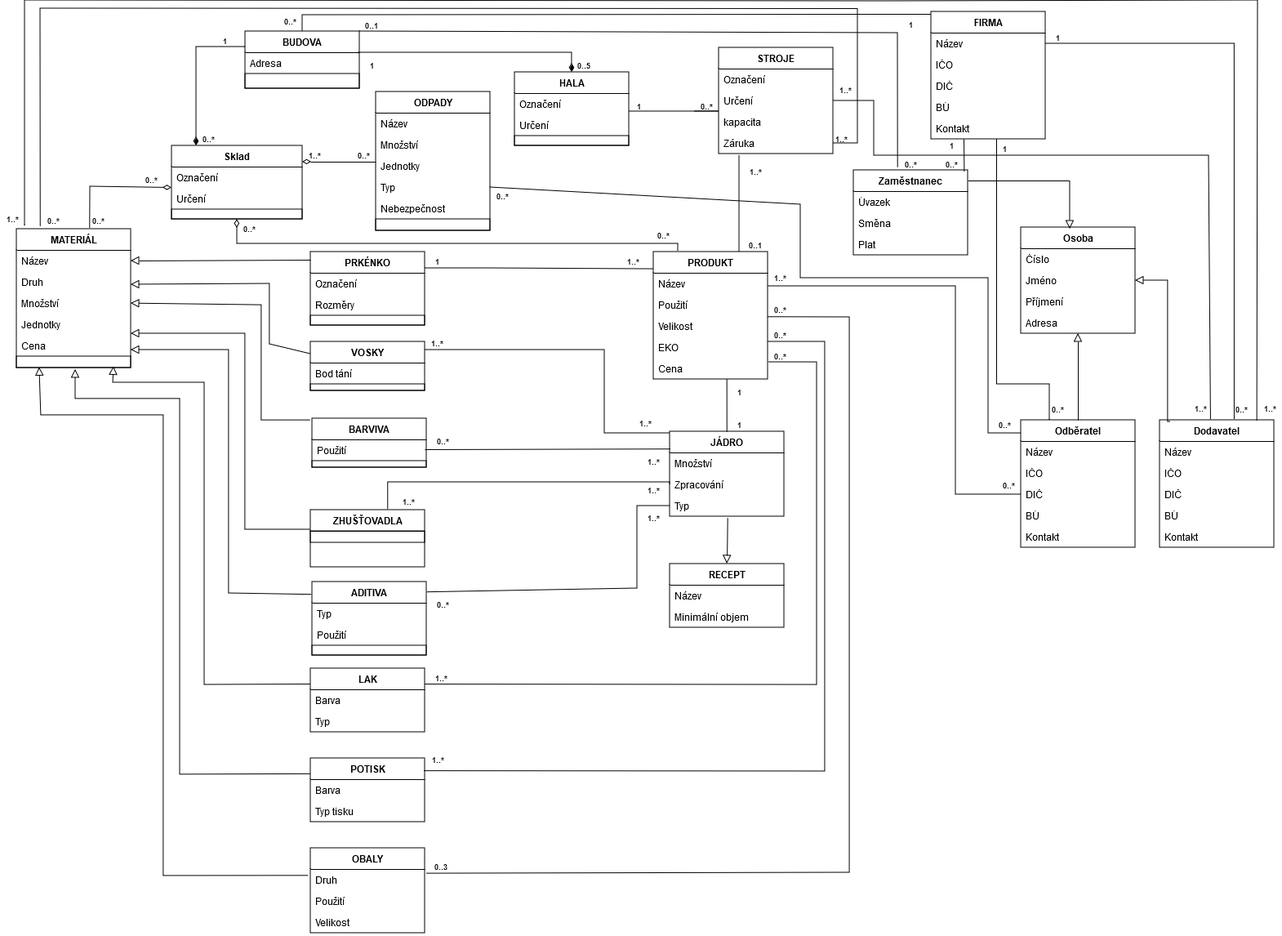
Before: SW_ING/Kosmeticka_tuzka.drawio.png, a diagram exported from draw.io (KarelMasa/pg). Source tidied: cells renumbered, new cells last; positions are measured from the earlier drawing's top-left corner, leaving out a move shared by most shapes.
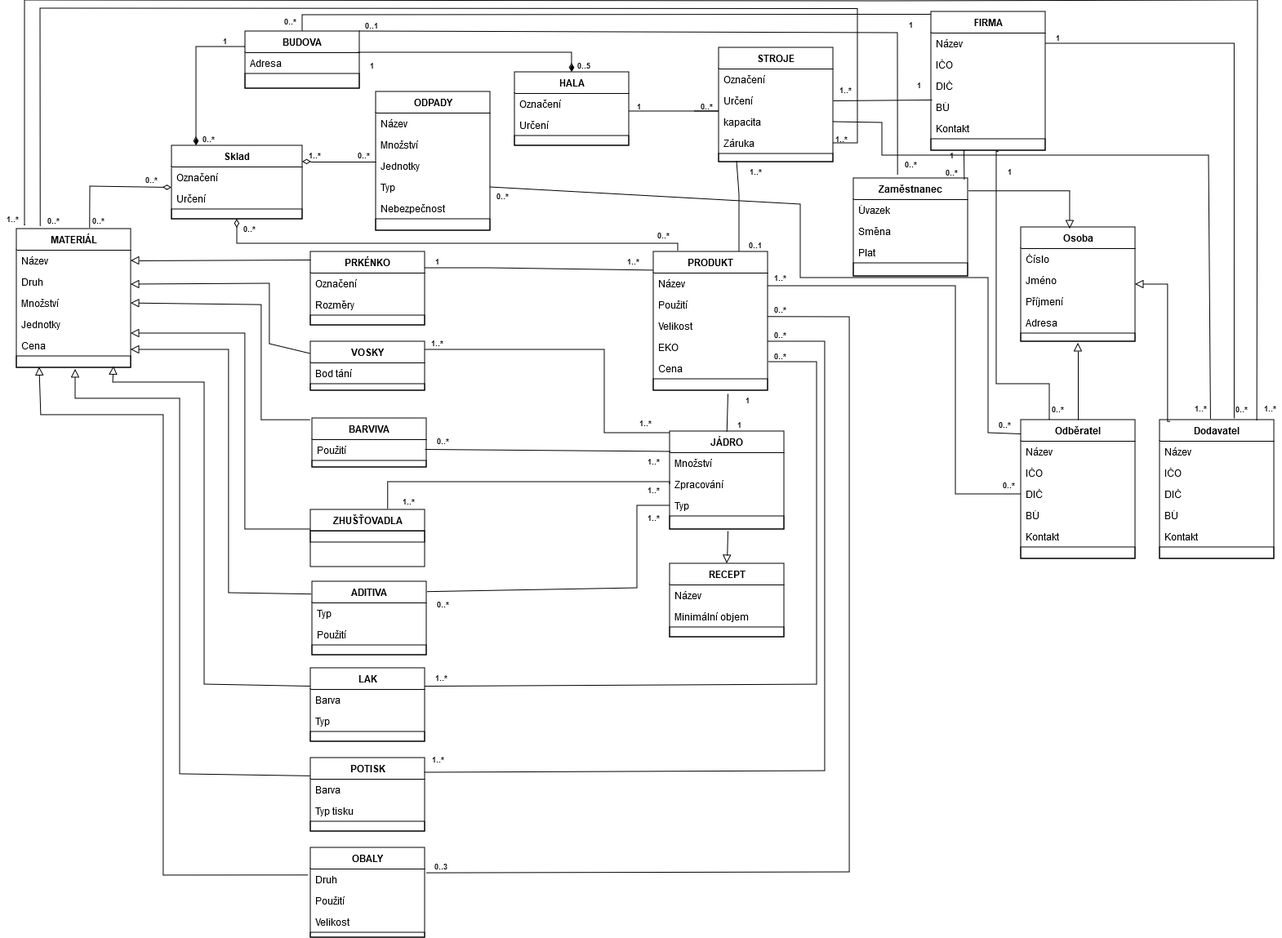
The same file after the commit.

What changed in the source:
```diff
@@ -29,3 +29,3 @@
     <mxCell id="10" value="&lt;b&gt;PRODUKT&lt;/b&gt;" style="swimlane;fontStyle=0;horizontal=1;startSize=26;fillColor=none;whiteSpace=wrap;html=1;" parent="1" vertex="1">
-      <mxGeometry x="800" y="308" width="140" height="156" as="geometry" />
+      <mxGeometry x="800" y="308" width="140" height="170" as="geometry" />
     </mxCell>
@@ -46,4 +46,7 @@
     </mxCell>
+    <mxCell id="190" style="text;strokeColor=default;fillColor=none;align=left;verticalAlign=top;spacingLeft=4;spacingRight=4;overflow=hidden;points=[[0,0.5],[1,0.5]];portConstraint=eastwest;whiteSpace=wrap;html=1;" parent="10" vertex="1">
+      <mxGeometry y="156" width="140" height="14" as="geometry" />
+    </mxCell>
     <mxCell id="16" value="&lt;b&gt;POTISK&lt;/b&gt;" style="swimlane;fontStyle=0;horizontal=1;startSize=26;fillColor=none;whiteSpace=wrap;html=1;" parent="1" vertex="1">
-      <mxGeometry x="380" y="928" width="140" height="78" as="geometry" />
+      <mxGeometry x="380" y="928" width="140" height="90" as="geometry" />
     </mxCell>
@@ -55,2 +58,5 @@
     </mxCell>
+    <mxCell id="191" style="text;strokeColor=default;fillColor=none;align=left;verticalAlign=top;spacingLeft=4;spacingRight=4;overflow=hidden;whiteSpace=wrap;html=1;" parent="16" vertex="1">
+      <mxGeometry y="78" width="140" height="12" as="geometry" />
+    </mxCell>
     <mxCell id="19" value="&lt;b&gt;BUDOVA&lt;/b&gt;" style="swimlane;fontStyle=0;horizontal=1;startSize=26;fillColor=none;whiteSpace=wrap;html=1;" parent="1" vertex="1">
@@ -65,3 +71,3 @@
     <mxCell id="22" value="&lt;b&gt;STROJE&lt;/b&gt;" style="swimlane;fontStyle=0;horizontal=1;startSize=26;fillColor=none;whiteSpace=wrap;html=1;" parent="1" vertex="1">
-      <mxGeometry x="880" y="58" width="140" height="130" as="geometry" />
+      <mxGeometry x="880" y="58" width="140" height="140" as="geometry" />
     </mxCell>
@@ -79,2 +85,5 @@
     </mxCell>
+    <mxCell id="192" style="text;strokeColor=default;fillColor=none;align=left;verticalAlign=top;spacingLeft=4;spacingRight=4;overflow=hidden;points=[[0,0.5],[1,0.5]];portConstraint=eastwest;whiteSpace=wrap;html=1;" parent="22" vertex="1">
+      <mxGeometry y="130" width="140" height="10" as="geometry" />
+    </mxCell>
     <mxCell id="27" value="&lt;b&gt;MATERIÁL&lt;/b&gt;" style="swimlane;fontStyle=0;horizontal=1;startSize=26;fillColor=none;whiteSpace=wrap;html=1;" parent="1" vertex="1">
@@ -101,3 +110,3 @@
     <mxCell id="34" value="&lt;b&gt;JÁDRO&lt;/b&gt;" style="swimlane;fontStyle=0;horizontal=1;startSize=26;fillColor=none;whiteSpace=wrap;html=1;" parent="1" vertex="1">
-      <mxGeometry x="820" y="528" width="140" height="104" as="geometry" />
+      <mxGeometry x="820" y="528" width="140" height="120" as="geometry" />
     </mxCell>
@@ -112,4 +121,7 @@
     </mxCell>
+    <mxCell id="193" style="text;strokeColor=default;fillColor=none;align=left;verticalAlign=top;spacingLeft=4;spacingRight=4;overflow=hidden;whiteSpace=wrap;html=1;" parent="34" vertex="1">
+      <mxGeometry y="104" width="140" height="16" as="geometry" />
+    </mxCell>
     <mxCell id="38" value="&lt;b&gt;LAK&lt;/b&gt;" style="swimlane;fontStyle=0;horizontal=1;startSize=26;fillColor=none;whiteSpace=wrap;html=1;" parent="1" vertex="1">
-      <mxGeometry x="380" y="818" width="140" height="78" as="geometry" />
+      <mxGeometry x="380" y="818" width="140" height="90" as="geometry" />
     </mxCell>
@@ -121,2 +133,5 @@
     </mxCell>
+    <mxCell id="194" style="text;strokeColor=default;fillColor=none;align=left;verticalAlign=top;spacingLeft=4;spacingRight=4;overflow=hidden;whiteSpace=wrap;html=1;" parent="38" vertex="1">
+      <mxGeometry y="78" width="140" height="12" as="geometry" />
+    </mxCell>
     <mxCell id="41" value="&lt;b&gt;VOSKY&lt;/b&gt;" style="swimlane;fontStyle=0;horizontal=1;startSize=26;fillColor=none;whiteSpace=wrap;html=1;" parent="1" vertex="1">
@@ -173,3 +188,3 @@
     <mxCell id="58" value="&lt;div&gt;&lt;b&gt;OBALY&lt;/b&gt;&lt;/div&gt;" style="swimlane;fontStyle=0;horizontal=1;startSize=26;fillColor=none;whiteSpace=wrap;html=1;" parent="1" vertex="1">
-      <mxGeometry x="380" y="1038" width="140" height="104" as="geometry" />
+      <mxGeometry x="380" y="1038" width="140" height="110" as="geometry" />
     </mxCell>
@@ -184,2 +199,5 @@
     </mxCell>
+    <mxCell id="195" style="text;strokeColor=default;fillColor=none;align=left;verticalAlign=top;spacingLeft=4;spacingRight=4;overflow=hidden;whiteSpace=wrap;html=1;" parent="58" vertex="1">
+      <mxGeometry y="104" width="140" height="6" as="geometry" />
+    </mxCell>
     <mxCell id="62" value="&lt;b&gt;ODPADY&lt;/b&gt;" style="swimlane;fontStyle=0;horizontal=1;startSize=26;fillColor=none;whiteSpace=wrap;html=1;" parent="1" vertex="1">
@@ -231,6 +249,4 @@
     </mxCell>
-    <mxCell id="72" style="endArrow=none;startArrow=none;endFill=0;startFill=0;html=1;verticalAlign=bottom;labelBackgroundColor=none;strokeWidth=1;startSize=8;endSize=8;rounded=0;exitX=0.498;exitY=0;exitDx=0;exitDy=0;exitPerimeter=0;" parent="1" edge="1" source="34">
-      <mxGeometry relative="1" as="geometry">
-        <mxPoint x="889.7" y="464" as="targetPoint" />
-      </mxGeometry>
+    <mxCell id="72" style="endArrow=none;startArrow=none;endFill=0;startFill=0;html=1;verticalAlign=bottom;labelBackgroundColor=none;strokeWidth=1;startSize=8;endSize=8;rounded=0;exitX=0.498;exitY=0;exitDx=0;exitDy=0;exitPerimeter=0;entryX=0.65;entryY=1.286;entryDx=0;entryDy=0;entryPerimeter=0;" parent="1" edge="1" source="34" target="190">
+      <mxGeometry relative="1" as="geometry" />
     </mxCell>
@@ -406,5 +422,4 @@
     </mxCell>
-    <mxCell id="106" style="endArrow=none;startArrow=none;endFill=0;startFill=0;html=1;verticalAlign=bottom;labelBackgroundColor=none;strokeWidth=1;startSize=8;endSize=8;rounded=0;entryX=0.75;entryY=0;entryDx=0;entryDy=0;" parent="1" edge="1" target="10">
+    <mxCell id="106" style="endArrow=none;startArrow=none;endFill=0;startFill=0;html=1;verticalAlign=bottom;labelBackgroundColor=none;strokeWidth=1;startSize=8;endSize=8;rounded=0;entryX=0.75;entryY=0;entryDx=0;entryDy=0;exitX=0.157;exitY=0.9;exitDx=0;exitDy=0;exitPerimeter=0;" parent="1" edge="1" source="192" target="10">
       <mxGeometry relative="1" as="geometry">
-        <mxPoint x="905" y="190" as="sourcePoint" />
         <Array as="points">
@@ -432,4 +447,6 @@
     </mxCell>
-    <mxCell id="113" style="endArrow=none;startArrow=block;endFill=0;startFill=0;html=1;verticalAlign=bottom;labelBackgroundColor=none;strokeWidth=1;startSize=8;endSize=8;rounded=0;entryX=0.505;entryY=1.077;entryDx=0;entryDy=0;entryPerimeter=0;exitX=0.5;exitY=0;exitDx=0;exitDy=0;" parent="1" edge="1" source="181" target="37">
-      <mxGeometry relative="1" as="geometry" />
+    <mxCell id="113" style="endArrow=none;startArrow=block;endFill=0;startFill=0;html=1;verticalAlign=bottom;labelBackgroundColor=none;strokeWidth=1;startSize=8;endSize=8;rounded=0;exitX=0.5;exitY=0;exitDx=0;exitDy=0;" parent="1" edge="1" source="181">
+      <mxGeometry relative="1" as="geometry">
+        <mxPoint x="891" y="650" as="targetPoint" />
+      </mxGeometry>
     </mxCell>
@@ -463,3 +480,3 @@
     <mxCell id="120" value="1" style="text;html=1;align=center;verticalAlign=bottom;whiteSpace=wrap;rounded=0;fontSize=9;fontStyle=1;" parent="1" vertex="1">
-      <mxGeometry x="890" y="468" width="30" height="20" as="geometry" />
+      <mxGeometry x="900" y="478" width="30" height="20" as="geometry" />
     </mxCell>
@@ -495,3 +512,3 @@
     <mxCell id="125" value="&lt;b&gt;FIRMA&lt;/b&gt;" style="swimlane;fontStyle=0;horizontal=1;startSize=26;fillColor=none;whiteSpace=wrap;html=1;" parent="1" vertex="1">
-      <mxGeometry x="1140" y="14" width="140" height="156" as="geometry" />
+      <mxGeometry x="1140" y="14" width="140" height="170" as="geometry" />
     </mxCell>
@@ -512,2 +529,5 @@
     </mxCell>
+    <mxCell id="196" style="text;strokeColor=default;fillColor=none;align=left;verticalAlign=top;spacingLeft=4;spacingRight=4;overflow=hidden;points=[[0,0.5],[1,0.5]];portConstraint=eastwest;whiteSpace=wrap;html=1;" parent="125" vertex="1">
+      <mxGeometry y="156" width="140" height="14" as="geometry" />
+    </mxCell>
     <mxCell id="131" style="endArrow=none;startArrow=none;endFill=0;startFill=0;html=1;verticalAlign=bottom;labelBackgroundColor=none;strokeWidth=1;startSize=8;endSize=8;rounded=0;entryX=0.5;entryY=0;entryDx=0;entryDy=0;" parent="1" edge="1" target="19">
@@ -528,3 +548,3 @@
     <mxCell id="134" value="&lt;b&gt;Osoba&lt;/b&gt;" style="swimlane;fontStyle=0;horizontal=1;startSize=26;fillColor=none;whiteSpace=wrap;html=1;" parent="1" vertex="1">
-      <mxGeometry x="1250" y="278" width="140" height="130" as="geometry" />
+      <mxGeometry x="1250" y="278" width="140" height="140" as="geometry" />
     </mxCell>
@@ -542,4 +562,7 @@
     </mxCell>
+    <mxCell id="197" style="text;strokeColor=default;fillColor=none;align=left;verticalAlign=top;spacingLeft=4;spacingRight=4;overflow=hidden;whiteSpace=wrap;html=1;" parent="134" vertex="1">
+      <mxGeometry y="130" width="140" height="10" as="geometry" />
+    </mxCell>
     <mxCell id="139" value="&lt;b&gt;Zaměstnanec&lt;/b&gt;" style="swimlane;fontStyle=0;horizontal=1;startSize=26;fillColor=none;whiteSpace=wrap;html=1;" parent="1" vertex="1">
-      <mxGeometry x="1045" y="208" width="140" height="104" as="geometry" />
+      <mxGeometry x="1045" y="218" width="140" height="120" as="geometry" />
     </mxCell>
@@ -554,9 +577,7 @@
     </mxCell>
-    <mxCell id="143" style="endArrow=none;html=1;rounded=0;align=center;verticalAlign=bottom;endFill=0;labelBackgroundColor=none;endSize=8;exitX=0.273;exitY=0.995;exitDx=0;exitDy=0;exitPerimeter=0;entryX=0.967;entryY=0.011;entryDx=0;entryDy=0;entryPerimeter=0;" parent="139" edge="1" target="139">
-      <mxGeometry relative="1" as="geometry">
-        <mxPoint x="135" y="-38" as="sourcePoint" />
-      </mxGeometry>
-    </mxCell>
+    <mxCell id="198" style="text;strokeColor=default;fillColor=none;align=left;verticalAlign=top;spacingLeft=4;spacingRight=4;overflow=hidden;whiteSpace=wrap;html=1;" parent="139" vertex="1">
+      <mxGeometry y="104" width="140" height="16" as="geometry" />
+    </mxCell>
     <mxCell id="144" value="&lt;b&gt;Odběratel&lt;/b&gt;" style="swimlane;fontStyle=0;horizontal=1;startSize=26;fillColor=none;whiteSpace=wrap;html=1;" parent="1" vertex="1">
-      <mxGeometry x="1250" y="514" width="140" height="156" as="geometry" />
+      <mxGeometry x="1250" y="514" width="140" height="170" as="geometry" />
     </mxCell>
@@ -577,4 +598,7 @@
     </mxCell>
+    <mxCell id="199" style="text;strokeColor=default;fillColor=none;align=left;verticalAlign=top;spacingLeft=4;spacingRight=4;overflow=hidden;whiteSpace=wrap;html=1;" parent="144" vertex="1">
+      <mxGeometry y="156" width="140" height="14" as="geometry" />
+    </mxCell>
     <mxCell id="150" value="&lt;b&gt;Dodavatel&lt;/b&gt;" style="swimlane;fontStyle=0;horizontal=1;startSize=26;fillColor=none;whiteSpace=wrap;html=1;" parent="1" vertex="1">
-      <mxGeometry x="1420" y="514" width="140" height="156" as="geometry" />
+      <mxGeometry x="1420" y="514" width="140" height="170" as="geometry" />
     </mxCell>
@@ -595,4 +619,9 @@
     </mxCell>
+    <mxCell id="200" style="text;strokeColor=default;fillColor=none;align=left;verticalAlign=top;spacingLeft=4;spacingRight=4;overflow=hidden;whiteSpace=wrap;html=1;" parent="150" vertex="1">
+      <mxGeometry y="156" width="140" height="14" as="geometry" />
+    </mxCell>
-    <mxCell id="156" style="endArrow=none;startArrow=block;endFill=0;startFill=0;html=1;verticalAlign=bottom;labelBackgroundColor=none;strokeWidth=1;startSize=8;endSize=8;rounded=0;entryX=0.5;entryY=0;entryDx=0;entryDy=0;" parent="1" edge="1" source="138" target="144">
-      <mxGeometry relative="1" as="geometry" />
+    <mxCell id="156" style="endArrow=none;startArrow=block;endFill=0;startFill=0;html=1;verticalAlign=bottom;labelBackgroundColor=none;strokeWidth=1;startSize=8;endSize=8;rounded=0;entryX=0.5;entryY=0;entryDx=0;entryDy=0;" parent="1" edge="1" target="144">
+      <mxGeometry relative="1" as="geometry">
+        <mxPoint x="1320" y="420" as="sourcePoint" />
+      </mxGeometry>
     </mxCell>
@@ -657,7 +686,7 @@
     </mxCell>
-    <mxCell id="169" style="endArrow=none;startArrow=none;endFill=0;startFill=0;endSize=8;html=1;verticalAlign=bottom;labelBackgroundColor=none;strokeWidth=1;rounded=0;exitX=1;exitY=0.5;exitDx=0;exitDy=0;entryX=0.446;entryY=-0.004;entryDx=0;entryDy=0;entryPerimeter=0;" parent="1" edge="1" source="24" target="150">
+    <mxCell id="169" style="endArrow=none;startArrow=none;endFill=0;startFill=0;endSize=8;html=1;verticalAlign=bottom;labelBackgroundColor=none;strokeWidth=1;rounded=0;exitX=1;exitY=0.5;exitDx=0;exitDy=0;entryX=0.446;entryY=-0.004;entryDx=0;entryDy=0;entryPerimeter=0;" parent="1" edge="1" source="25" target="150">
       <mxGeometry relative="1" as="geometry">
         <Array as="points">
-          <mxPoint x="1070" y="123" />
-          <mxPoint x="1070" y="190" />
+          <mxPoint x="1080" y="150" />
+          <mxPoint x="1080" y="190" />
           <mxPoint x="1480" y="190" />
@@ -685,7 +714,4 @@
     <mxCell id="173" value="0..*" style="text;html=1;align=center;verticalAlign=bottom;whiteSpace=wrap;rounded=0;fontSize=9;fontStyle=1;spacing=1;" parent="1" vertex="1">
-      <mxGeometry x="1150" y="188" width="30" height="20" as="geometry" />
+      <mxGeometry x="1150" y="198" width="30" height="20" as="geometry" />
     </mxCell>
-    <mxCell id="174" value="1" style="text;html=1;align=center;verticalAlign=bottom;whiteSpace=wrap;rounded=0;fontSize=9;fontStyle=1;" parent="1" vertex="1">
-      <mxGeometry x="1150" y="166" width="30" height="20" as="geometry" />
-    </mxCell>
     <mxCell id="175" style="endArrow=none;startArrow=none;endFill=0;startFill=0;endSize=8;html=1;verticalAlign=bottom;labelBackgroundColor=none;strokeWidth=1;rounded=0;exitX=0.653;exitY=-0.009;exitDx=0;exitDy=0;edgeStyle=orthogonalEdgeStyle;entryX=1;entryY=0.5;entryDx=0;entryDy=0;exitPerimeter=0;" parent="1" edge="1" source="150" target="126">
@@ -693,5 +719,4 @@
     </mxCell>
-    <mxCell id="176" style="endArrow=none;startArrow=none;endFill=0;startFill=0;endSize=8;html=1;verticalAlign=bottom;labelBackgroundColor=none;strokeWidth=1;rounded=0;edgeStyle=orthogonalEdgeStyle;entryX=1;entryY=0.5;entryDx=0;entryDy=0;exitX=0.25;exitY=0;exitDx=0;exitDy=0;" parent="1" edge="1" source="144">
+    <mxCell id="176" style="endArrow=none;startArrow=none;endFill=0;startFill=0;endSize=8;html=1;verticalAlign=bottom;labelBackgroundColor=none;strokeWidth=1;rounded=0;edgeStyle=orthogonalEdgeStyle;entryX=0.593;entryY=1.143;entryDx=0;entryDy=0;exitX=0.25;exitY=0;exitDx=0;exitDy=0;entryPerimeter=0;" parent="1" edge="1" source="144" target="196">
       <mxGeometry relative="1" as="geometry">
-        <mxPoint x="1220.5" y="170" as="targetPoint" />
         <Array as="points">
@@ -699,2 +724,3 @@
           <mxPoint x="1220" y="470" />
+          <mxPoint x="1220" y="185" />
         </Array>
@@ -703,3 +729,3 @@
     <mxCell id="177" value="1" style="text;html=1;align=center;verticalAlign=bottom;whiteSpace=wrap;rounded=0;fontSize=9;fontStyle=1;" parent="1" vertex="1">
-      <mxGeometry x="1215" y="170" width="30" height="20" as="geometry" />
+      <mxGeometry x="1221" y="198" width="30" height="20" as="geometry" />
     </mxCell>
@@ -715,3 +741,3 @@
     <mxCell id="181" value="&lt;b&gt;RECEPT&lt;/b&gt;" style="swimlane;fontStyle=0;horizontal=1;startSize=26;fillColor=none;whiteSpace=wrap;html=1;" parent="1" vertex="1">
-      <mxGeometry x="820" y="690" width="140" height="78" as="geometry" />
+      <mxGeometry x="820" y="690" width="140" height="90" as="geometry" />
     </mxCell>
@@ -723,2 +749,5 @@
     </mxCell>
+    <mxCell id="201" style="text;strokeColor=default;fillColor=none;align=left;verticalAlign=top;spacingLeft=4;spacingRight=4;overflow=hidden;whiteSpace=wrap;html=1;" parent="181" vertex="1">
+      <mxGeometry y="78" width="140" height="12" as="geometry" />
+    </mxCell>
     <mxCell id="184" value="1..*" style="text;html=1;align=center;verticalAlign=middle;whiteSpace=wrap;rounded=0;fontSize=9;fontStyle=1;" parent="1" vertex="1">
@@ -747,2 +776,14 @@
     </mxCell>
+    <mxCell id="202" style="endArrow=none;startArrow=none;endFill=0;startFill=0;endSize=8;html=1;verticalAlign=bottom;labelBackgroundColor=none;strokeWidth=1;rounded=0;exitX=1;exitY=0.5;exitDx=0;exitDy=0;entryX=0.007;entryY=0.154;entryDx=0;entryDy=0;entryPerimeter=0;" parent="1" edge="1" source="24" target="129">
+      <mxGeometry relative="1" as="geometry" />
+    </mxCell>
+    <mxCell id="174" value="1" style="text;html=1;align=center;verticalAlign=bottom;whiteSpace=wrap;rounded=0;fontSize=9;fontStyle=1;" parent="1" vertex="1">
+      <mxGeometry x="1150" y="178" width="30" height="20" as="geometry" />
+    </mxCell>
+    <mxCell id="143" style="endArrow=none;html=1;rounded=0;align=center;verticalAlign=bottom;endFill=0;labelBackgroundColor=none;endSize=8;entryX=0.967;entryY=0.011;entryDx=0;entryDy=0;entryPerimeter=0;exitX=1;exitY=0.25;exitDx=0;exitDy=0;" parent="1" edge="1" source="174" target="139">
+      <mxGeometry relative="1" as="geometry" />
+    </mxCell>
+    <mxCell id="203" value="1" style="text;html=1;align=center;verticalAlign=bottom;whiteSpace=wrap;rounded=0;fontSize=9;fontStyle=1;" parent="1" vertex="1">
+      <mxGeometry x="1110" y="92" width="30" height="20" as="geometry" />
+    </mxCell>
   </root>
```
